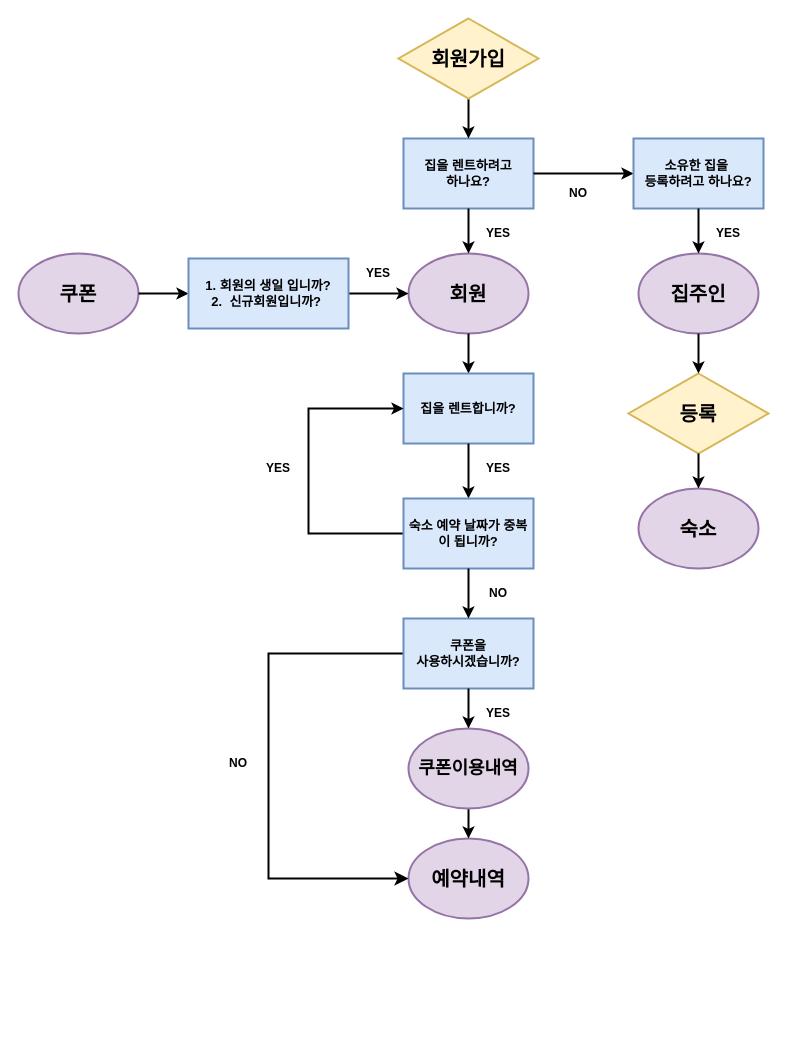
bibi-boop/test keeps this draw.io diagram as 제목 없는 다이어그램.drawio. Above is the earlier version. Source tidied: cells renumbered, new cells numbered last; positions are measured from the earlier drawing's top-left corner, leaving out a move shared by most shapes. Both pictures are drawn from the tidied source at 100%, with x=0, y=0 at pixel (18, 18).
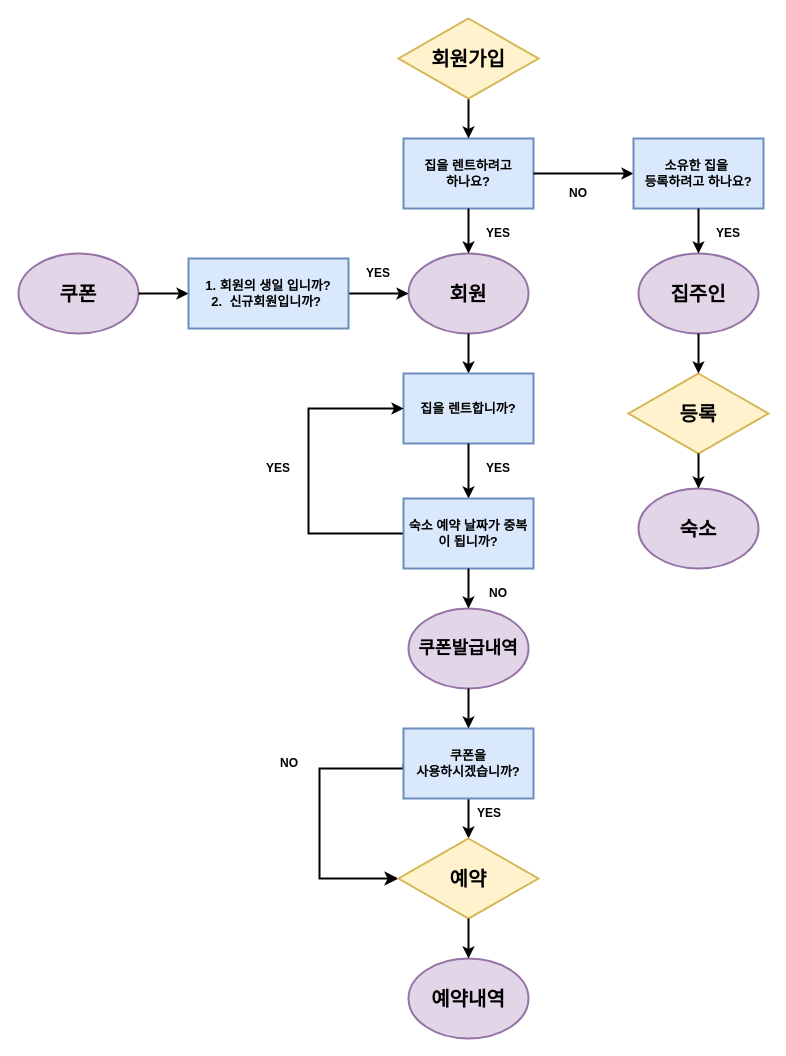
The same diagram, later.

Commit message:
제목 없는 다이어그램.drawio 업데이트

The change refers to these unchanged cells:
```xml
<mxCell id="34" value="숙소 예약 날짜가 중복이 됩니까?" style="rounded=0;whiteSpace=wrap;html=1;strokeWidth=2;fontStyle=1;fontSize=13;fillColor=#dae8fc;strokeColor=#6c8ebf;" parent="1" vertex="1">
  <mxGeometry x="385" y="480" width="130" height="70" as="geometry" />
</mxCell>
<mxCell id="37" value="NO" style="text;html=1;align=center;verticalAlign=middle;whiteSpace=wrap;rounded=0;fontStyle=1;" parent="1" vertex="1">
  <mxGeometry x="450" y="560" width="60" height="30" as="geometry" />
</mxCell>
```

The edit, as a diff of the source:
```diff
@@
     <mxCell id="9" value="예약내역" style="ellipse;whiteSpace=wrap;html=1;strokeWidth=2;fontStyle=1;fontSize=20;fillColor=#e1d5e7;strokeColor=#9673a6;" parent="1" vertex="1">
-      <mxGeometry x="390" y="820" width="120" height="80" as="geometry" />
+      <mxGeometry x="390" y="940" width="120" height="80" as="geometry" />
     </mxCell>
@@
-    <mxCell id="12" style="edgeStyle=orthogonalEdgeStyle;rounded=0;jettySize=auto;html=1;exitX=0.5;exitY=1;exitDx=0;exitDy=0;strokeWidth=2;" parent="1" edge="1" source="13">
+    <mxCell id="12" style="edgeStyle=orthogonalEdgeStyle;rounded=0;jettySize=auto;html=1;strokeWidth=2;exitX=0.5;exitY=1;exitDx=0;exitDy=0;" parent="1" edge="1" source="31">
       <mxGeometry relative="1" as="geometry">
         <mxPoint x="450" y="820" as="targetPoint" />
       </mxGeometry>
     </mxCell>
-    <mxCell id="13" value="쿠폰이용내역" style="ellipse;whiteSpace=wrap;html=1;strokeWidth=2;fontStyle=1;fontSize=18;fillColor=#e1d5e7;strokeColor=#9673a6;" parent="1" vertex="1">
-      <mxGeometry x="390" y="710" width="120" height="80" as="geometry" />
+    <mxCell id="13" value="쿠폰발급내역" style="ellipse;whiteSpace=wrap;html=1;strokeWidth=2;fontStyle=1;fontSize=18;fillColor=#e1d5e7;strokeColor=#9673a6;" parent="1" vertex="1">
+      <mxGeometry x="390" y="590" width="120" height="80" as="geometry" />
     </mxCell>
@@
     <mxCell id="25" value="YES" style="text;html=1;align=center;verticalAlign=middle;whiteSpace=wrap;rounded=0;fontStyle=1;" parent="1" vertex="1">
-      <mxGeometry x="450" y="680" width="60" height="30" as="geometry" />
+      <mxGeometry x="441" y="780" width="60" height="30" as="geometry" />
     </mxCell>
     <mxCell id="26" value="NO" style="text;html=1;align=center;verticalAlign=middle;whiteSpace=wrap;rounded=0;fontStyle=1;" parent="1" vertex="1">
-      <mxGeometry x="190" y="730" width="60" height="30" as="geometry" />
+      <mxGeometry x="241" y="730" width="60" height="30" as="geometry" />
     </mxCell>
-    <mxCell id="27" style="edgeStyle=segmentEdgeStyle;endArrow=classic;html=1;curved=0;rounded=0;endSize=8;startSize=8;sourcePerimeterSpacing=0;targetPerimeterSpacing=0;entryX=0;entryY=0.5;entryDx=0;entryDy=0;strokeWidth=2;exitX=0;exitY=0.5;exitDx=0;exitDy=0;" parent="1" edge="1" source="31" target="9">
+    <mxCell id="27" style="edgeStyle=segmentEdgeStyle;endArrow=classic;html=1;curved=0;rounded=0;endSize=8;startSize=8;sourcePerimeterSpacing=0;targetPerimeterSpacing=0;strokeWidth=2;exitX=0;exitY=0.5;exitDx=0;exitDy=0;entryX=0;entryY=0.5;entryDx=0;entryDy=0;" parent="1" edge="1" source="31" target="40">
       <mxGeometry relative="1" as="geometry">
         <Array as="points">
-          <mxPoint x="250" y="635" />
-          <mxPoint x="250" y="860" />
+          <mxPoint x="385" y="750" />
+          <mxPoint x="301" y="750" />
+          <mxPoint x="301" y="860" />
         </Array>
       </mxGeometry>
     </mxCell>
@@
     <mxCell id="31" value="쿠폰을&lt;div&gt;사용하시겠습니까?&lt;/div&gt;" style="rounded=0;whiteSpace=wrap;html=1;strokeWidth=2;fontStyle=1;fontSize=13;fillColor=#dae8fc;strokeColor=#6c8ebf;" parent="1" vertex="1">
-      <mxGeometry x="385" y="600" width="130" height="70" as="geometry" />
+      <mxGeometry x="385" y="710" width="130" height="70" as="geometry" />
     </mxCell>
-    <mxCell id="32" style="endArrow=classic;html=1;rounded=0;fontStyle=1;strokeWidth=2;exitX=0.5;exitY=1;exitDx=0;exitDy=0;" parent="1" edge="1" source="31">
+    <mxCell id="32" style="endArrow=classic;html=1;rounded=0;fontStyle=1;strokeWidth=2;exitX=0.5;exitY=1;exitDx=0;exitDy=0;" parent="1" edge="1" source="13">
       <mxGeometry relative="1" as="geometry">
         <mxPoint x="450" y="710" as="targetPoint" />
       </mxGeometry>
     </mxCell>
@@
-    <mxCell id="36" style="endArrow=classic;html=1;rounded=0;fontStyle=1;strokeWidth=2;exitX=0.5;exitY=1;exitDx=0;exitDy=0;entryX=0.5;entryY=0;entryDx=0;entryDy=0;" parent="1" edge="1" source="34" target="31">
+    <mxCell id="36" style="endArrow=classic;html=1;rounded=0;fontStyle=1;strokeWidth=2;exitX=0.5;exitY=1;exitDx=0;exitDy=0;entryX=0;entryY=1;entryDx=0;entryDy=0;" parent="1" edge="1" source="34" target="37">
       <mxGeometry relative="1" as="geometry" />
     </mxCell>
@@
+    <mxCell id="40" value="예약" style="rhombus;whiteSpace=wrap;html=1;strokeWidth=2;fontSize=20;fontStyle=1;fillColor=#fff2cc;strokeColor=#d6b656;" parent="1" vertex="1">
+      <mxGeometry x="380" y="820" width="140" height="80" as="geometry" />
+    </mxCell>
+    <mxCell id="41" style="endArrow=classic;html=1;rounded=0;fontStyle=1;strokeWidth=2;exitX=0.5;exitY=1;exitDx=0;exitDy=0;entryX=0.5;entryY=0;entryDx=0;entryDy=0;" parent="1" edge="1" source="40" target="9">
+      <mxGeometry relative="1" as="geometry" />
+    </mxCell>
```
